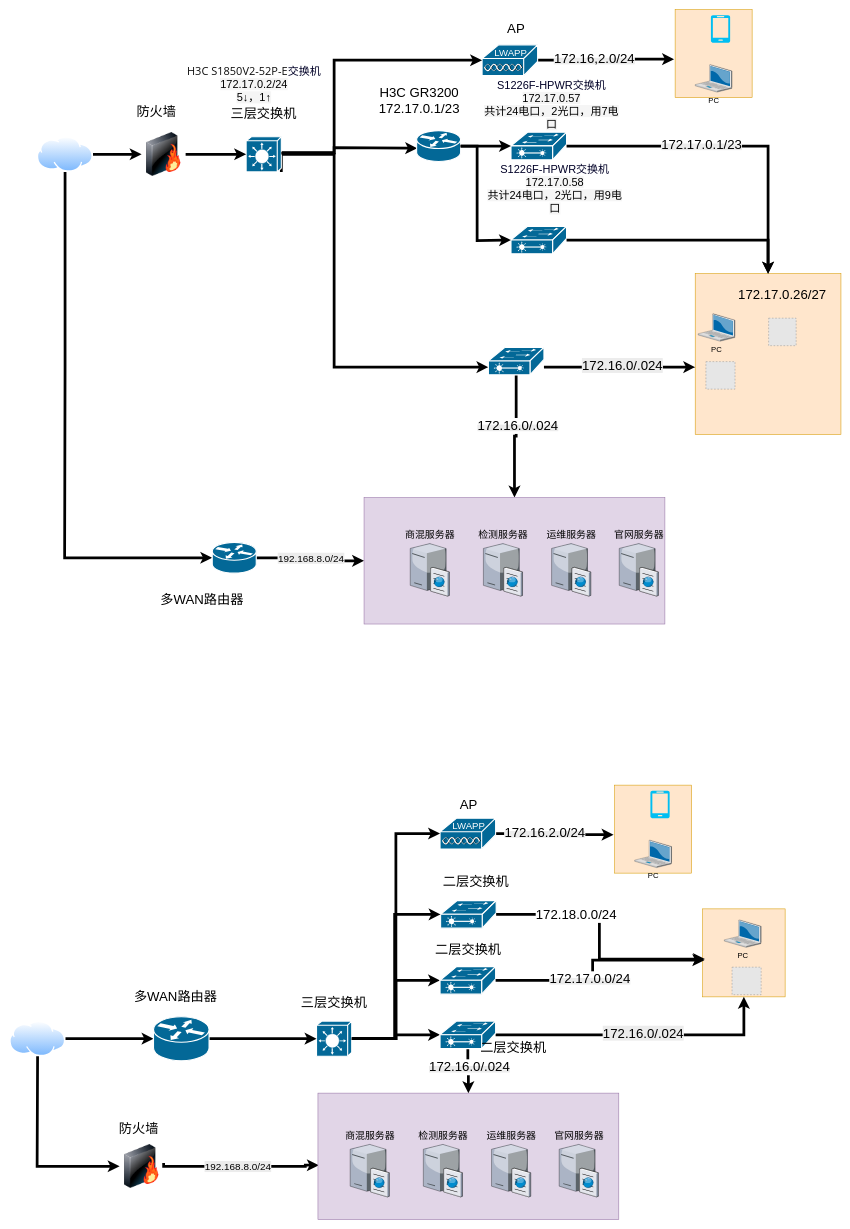
Earlier version of the draw.io diagram 未命名绘图.drawio (NewStart2019/cardiac-segmentation). Source tidied: cells renumbered, new cells numbered last; positions are measured from the earlier drawing's top-left corner, leaving out a move shared by most shapes. Both pictures are drawn from the tidied source at 55%, with x=0, y=0 at pixel (9, 9). Pictures stored in the file or linked from it are replaced by grey dashed boxes.
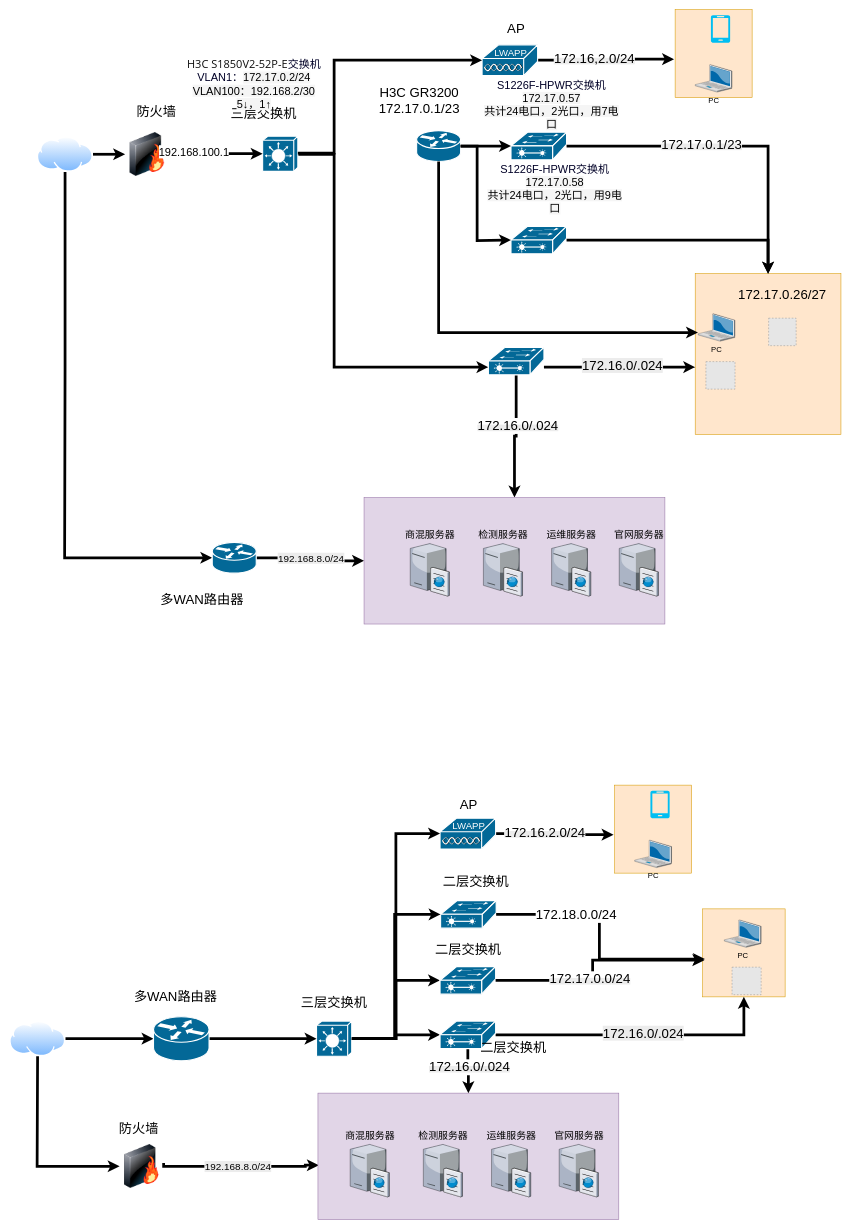
After the change.

Commit message (it also covers changes not shown here):
未命名绘图.drawio

The change refers to these unchanged cells:
```xml
<mxCell id="8" style="whiteSpace=wrap;html=1;fillColor=#ffe6cc;strokeColor=#d79b00;" parent="1" vertex="1">
  <mxGeometry x="1246.5" y="480" width="265" height="292.5" as="geometry" />
</mxCell>
<mxCell id="19" style="edgeStyle=orthogonalEdgeStyle;rounded=0;jettySize=auto;html=1;entryX=0;entryY=0.5;entryDx=0;entryDy=0;entryPerimeter=0;strokeWidth=5;" parent="1" edge="1" source="9" target="12">
  <mxGeometry relative="1" as="geometry" />
</mxCell>
<mxCell id="86" style="strokeColor=#ffffff;sketch=0;html=1;dashed=0;fillColor=#036897;strokeWidth=2;verticalLabelPosition=bottom;verticalAlign=top;align=center;outlineConnect=0;shape=mxgraph.cisco.routers.router;" parent="1" vertex="1">
  <mxGeometry x="740" y="220" width="80" height="56" as="geometry" />
</mxCell>
```

What changed in the source:
```diff
@@
     <mxCell id="9" style="image;html=1;image=img/lib/clip_art/networking/Firewall-page1_128x128.png;" parent="1" vertex="1">
-      <mxGeometry x="240" y="223" width="80" height="80" as="geometry" />
+      <mxGeometry x="210" y="223" width="80" height="80" as="geometry" />
     </mxCell>
@@
-    <mxCell id="11" style="edgeStyle=orthogonalEdgeStyle;rounded=0;orthogonalLoop=1;jettySize=auto;html=1;strokeWidth=5;" parent="1" edge="1">
-      <mxGeometry relative="1" as="geometry">
-        <mxPoint x="494" y="295" as="sourcePoint" />
-        <mxPoint x="741" y="252" as="targetPoint" />
-        <Array as="points">
-          <mxPoint x="494" y="260" />
-          <mxPoint x="590" y="260" />
-          <mxPoint x="590" y="251" />
-          <mxPoint x="741" y="251" />
-        </Array>
-      </mxGeometry>
-    </mxCell>
     <mxCell id="12" style="strokeColor=#ffffff;sketch=0;html=1;dashed=0;fillColor=#036897;strokeWidth=2;verticalLabelPosition=bottom;verticalAlign=top;align=center;outlineConnect=0;shape=mxgraph.cisco.switches.layer_3_switch;" parent="1" vertex="1">
-      <mxGeometry x="430" y="231" width="64" height="64" as="geometry" />
+      <mxGeometry x="460" y="230" width="64" height="64" as="geometry" />
     </mxCell>
@@
+    <mxCell id="96" value="&lt;font style=&quot;font-size: 20px;&quot;&gt;192.168.100.1&lt;/font&gt;" style="edgeLabel;html=1;align=center;verticalAlign=middle;" parent="19" vertex="1">
+      <mxGeometry x="-0.48" y="6" relative="1" as="geometry" />
+    </mxCell>
@@
-    <mxCell id="95" value="&lt;font style=&quot;&quot;&gt;&lt;span&gt;&lt;span style=&quot;color: rgb(13, 13, 13); font-family: &amp;quot;Microsoft YaHei&amp;quot;, &amp;quot;Segoe UI&amp;quot;, system-ui, Roboto, &amp;quot;Noto Sans SC&amp;quot;, &amp;quot;Helvetica Neue&amp;quot;, Arial, sans-serif; text-align: start; white-space: pre-line;&quot;&gt;&lt;font style=&quot;font-size: 20px;&quot;&gt;H3C S1850V2-52P-E&lt;/font&gt;&lt;/span&gt;&lt;span style=&quot;font-size: 20px; font-family: 微软雅黑, HPRegular; text-align: left;&quot;&gt;&lt;font&gt;交换机&lt;br&gt;&lt;/font&gt;&lt;/span&gt;&lt;/span&gt;&lt;span style=&quot;font-size: 20px; color: rgb(0, 0, 0); font-family: &amp;quot;Trebuchet MS&amp;quot;, Arial, Helvetica, Verdana, &amp;quot;sans-serif&amp;quot;; text-align: left; background-color: rgb(245, 245, 245);&quot;&gt;&lt;font style=&quot;&quot;&gt;172.17.0.2/24&lt;br&gt;&lt;/font&gt;5&lt;b&gt;↓&lt;/b&gt;，1↑&lt;/span&gt;&lt;/font&gt;&lt;span style=&quot;font-family: 微软雅黑, HPRegular; font-size: 20px; text-align: left;&quot;&gt;&lt;/span&gt;" style="text;html=1;whiteSpace=wrap;strokeColor=none;fillColor=none;align=center;verticalAlign=middle;rounded=0;fontColor=light-dark(#000027, #ffdada);" parent="1" vertex="1">
+    <mxCell id="95" value="&lt;font style=&quot;&quot;&gt;&lt;span&gt;&lt;span style=&quot;color: rgb(13, 13, 13); font-family: &amp;quot;Microsoft YaHei&amp;quot;, &amp;quot;Segoe UI&amp;quot;, system-ui, Roboto, &amp;quot;Noto Sans SC&amp;quot;, &amp;quot;Helvetica Neue&amp;quot;, Arial, sans-serif; text-align: start; white-space: pre-line;&quot;&gt;&lt;font style=&quot;font-size: 20px;&quot;&gt;H3C S1850V2-52P-E&lt;/font&gt;&lt;/span&gt;&lt;span style=&quot;font-size: 20px; font-family: 微软雅黑, HPRegular; text-align: left;&quot;&gt;&lt;font&gt;交换机VLAN1：&lt;/font&gt;&lt;/span&gt;&lt;/span&gt;&lt;span style=&quot;font-size: 20px; color: rgb(0, 0, 0); font-family: &amp;quot;Trebuchet MS&amp;quot;, Arial, Helvetica, Verdana, &amp;quot;sans-serif&amp;quot;; text-align: left; background-color: rgb(245, 245, 245);&quot;&gt;&lt;font style=&quot;&quot;&gt;172.17.0.2/24&lt;br&gt;VLAN100：192.168.2/30&lt;br&gt;&lt;/font&gt;5&lt;b&gt;↓&lt;/b&gt;，1↑&lt;/span&gt;&lt;/font&gt;&lt;span style=&quot;font-family: 微软雅黑, HPRegular; font-size: 20px; text-align: left;&quot;&gt;&lt;/span&gt;" style="text;html=1;whiteSpace=wrap;strokeColor=none;fillColor=none;align=center;verticalAlign=middle;rounded=0;fontColor=light-dark(#000027, #ffdada);" parent="1" vertex="1">
       <mxGeometry x="312.1" y="120" width="265" height="30" as="geometry" />
     </mxCell>
+    <mxCell id="97" style="edgeStyle=orthogonalEdgeStyle;rounded=0;jettySize=auto;html=1;entryX=0.019;entryY=0.366;entryDx=0;entryDy=0;entryPerimeter=0;strokeWidth=5;" parent="1" edge="1" source="86" target="8">
+      <mxGeometry relative="1" as="geometry">
+        <Array as="points">
+          <mxPoint x="780" y="587.1" />
+        </Array>
+      </mxGeometry>
+    </mxCell>
```
